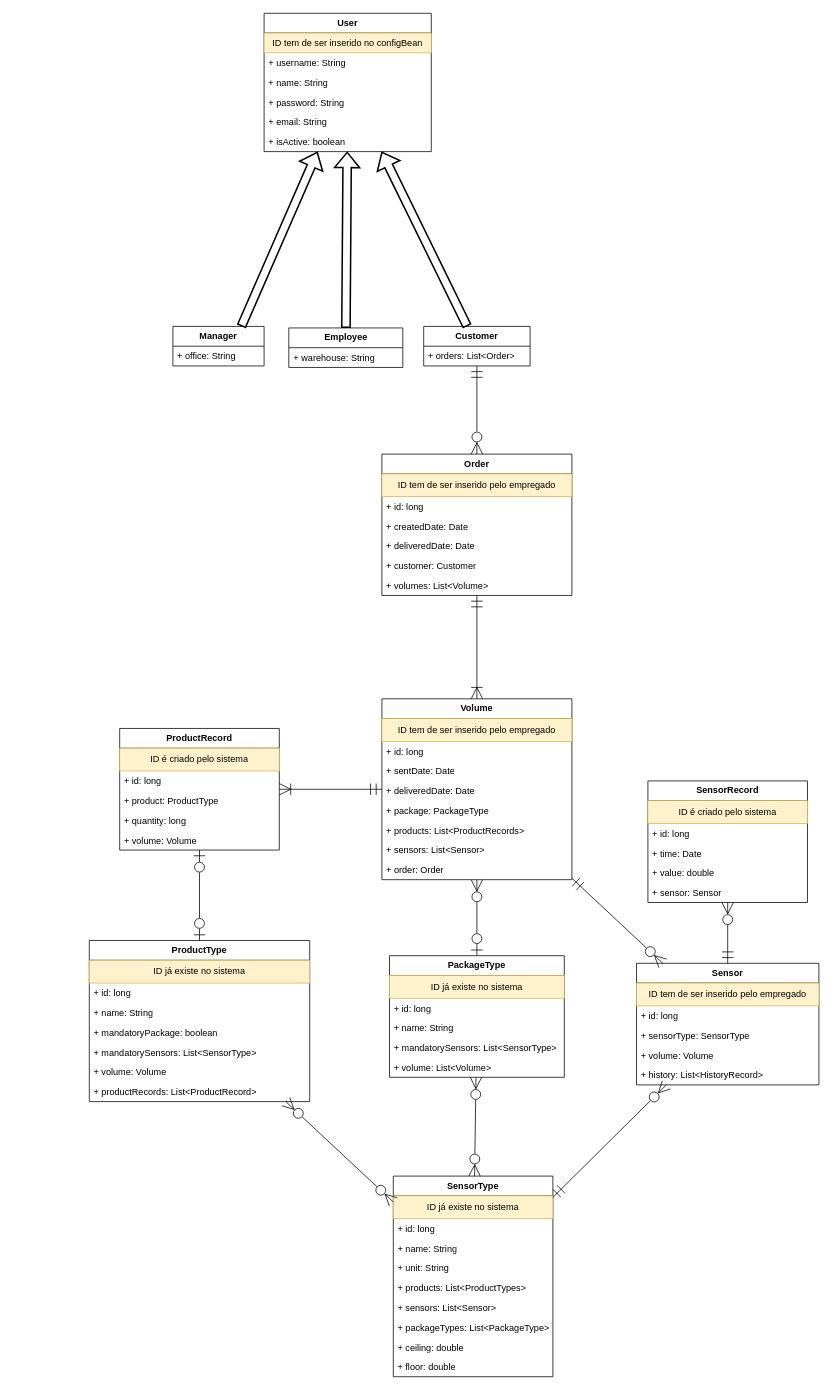
Before: ClassDiagramNew.drawio in joelsb/AppMonitor, a draw.io diagram. Source tidied: cells renumbered, new cells numbered last; positions are measured from the earlier drawing's top-left corner, leaving out a move shared by most shapes. Both pictures are drawn from the tidied source at 76%, with x=0, y=0 at pixel (89, 13).
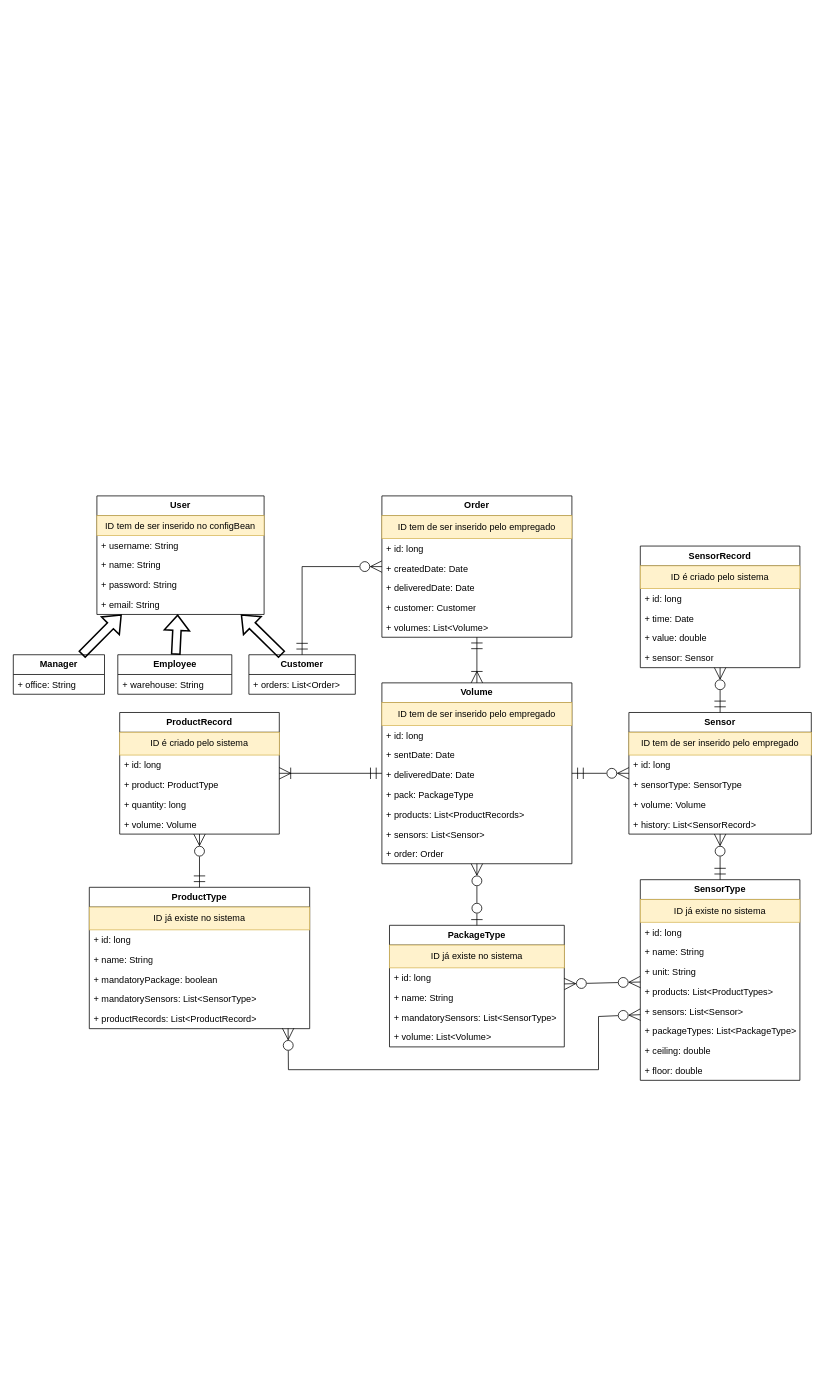
Above is the later version.

The change refers to these unchanged cells:
```xml
<mxCell id="43" value="+ sensors: List&amp;lt;Sensor&amp;gt;" style="text;strokeColor=none;fillColor=none;align=left;verticalAlign=top;spacingLeft=4;spacingRight=4;overflow=hidden;points=[[0,0.5],[1,0.5]];portConstraint=eastwest;whiteSpace=wrap;html=1;" parent="37" vertex="1">
  <mxGeometry y="160" width="210" height="26" as="geometry" />
</mxCell>
```

Change to the diagram source:
```diff
@@
     <mxCell id="2" value="&lt;b&gt;Order&lt;/b&gt;" style="swimlane;fontStyle=0;horizontal=1;startSize=26;fillColor=none;whiteSpace=wrap;html=1;" parent="1" vertex="1">
-      <mxGeometry x="385" y="580" width="250" height="186" as="geometry" />
+      <mxGeometry x="385" y="635" width="250" height="186" as="geometry" />
     </mxCell>
@@
     <mxCell id="9" value="&lt;b&gt;Customer&lt;/b&gt;" style="swimlane;fontStyle=0;horizontal=1;startSize=26;fillColor=none;whiteSpace=wrap;html=1;" parent="1" vertex="1">
-      <mxGeometry x="440" y="412" width="140" height="52" as="geometry" />
+      <mxGeometry x="210" y="844" width="140" height="52" as="geometry" />
     </mxCell>
@@
     <mxCell id="11" style="endArrow=ERzeroToMany;html=1;rounded=0;fontSize=12;startSize=13;endSize=13;endFill=0;startArrow=ERmandOne;startFill=0;targetPerimeterSpacing=0;strokeWidth=1;jumpSize=7;jumpStyle=none;" parent="1" edge="1" source="9" target="2">
-      <mxGeometry relative="1" as="geometry" />
+      <mxGeometry relative="1" as="geometry">
+        <Array as="points">
+          <mxPoint x="280" y="728" />
+        </Array>
+      </mxGeometry>
     </mxCell>
     <mxCell id="12" value="&lt;b&gt;Volume&lt;/b&gt;" style="swimlane;fontStyle=0;horizontal=1;startSize=26;fillColor=none;whiteSpace=wrap;html=1;" parent="1" vertex="1">
-      <mxGeometry x="385" y="902" width="250" height="238" as="geometry" />
+      <mxGeometry x="385" y="881" width="250" height="238" as="geometry" />
     </mxCell>
@@
-    <mxCell id="17" value="+ package: PackageType" style="text;strokeColor=none;fillColor=none;align=left;verticalAlign=top;spacingLeft=4;spacingRight=4;overflow=hidden;whiteSpace=wrap;html=1;" parent="12" vertex="1">
+    <mxCell id="17" value="+ pack: PackageType" style="text;strokeColor=none;fillColor=none;align=left;verticalAlign=top;spacingLeft=4;spacingRight=4;overflow=hidden;whiteSpace=wrap;html=1;" parent="12" vertex="1">
       <mxGeometry y="134" width="250" height="26" as="geometry" />
     </mxCell>
@@
     <mxCell id="22" value="&lt;b&gt;ProductType&lt;/b&gt;" style="swimlane;fontStyle=0;horizontal=1;startSize=26;fillColor=none;whiteSpace=wrap;html=1;" parent="1" vertex="1">
-      <mxGeometry y="1220" width="290" height="212" as="geometry" />
+      <mxGeometry y="1150" width="290" height="186" as="geometry" />
     </mxCell>
@@
-    <mxCell id="28" value="+ volume: Volume" style="text;strokeColor=none;fillColor=none;align=left;verticalAlign=top;spacingLeft=4;spacingRight=4;overflow=hidden;whiteSpace=wrap;html=1;" parent="22" vertex="1">
-      <mxGeometry y="160" width="290" height="26" as="geometry" />
-    </mxCell>
     <mxCell id="29" value="+ productRecords: List&amp;lt;ProductRecord&amp;gt;" style="text;strokeColor=none;fillColor=none;align=left;verticalAlign=top;spacingLeft=4;spacingRight=4;overflow=hidden;points=[[0,0.5],[1,0.5]];portConstraint=eastwest;whiteSpace=wrap;html=1;" parent="22" vertex="1">
-      <mxGeometry y="186" width="290" height="26" as="geometry" />
+      <mxGeometry y="160" width="290" height="26" as="geometry" />
     </mxCell>
     <mxCell id="30" value="&lt;b&gt;Sensor&lt;/b&gt;" style="swimlane;fontStyle=0;horizontal=1;startSize=26;fillColor=none;whiteSpace=wrap;html=1;" parent="1" vertex="1">
-      <mxGeometry x="720" y="1250" width="240" height="160" as="geometry" />
+      <mxGeometry x="710" y="920" width="240" height="160" as="geometry" />
     </mxCell>
@@
-    <mxCell id="35" value="+ history: List&amp;lt;HistoryRecord&amp;gt;" style="text;strokeColor=none;fillColor=none;align=left;verticalAlign=top;spacingLeft=4;spacingRight=4;overflow=hidden;whiteSpace=wrap;html=1;" parent="30" vertex="1">
+    <mxCell id="35" value="+ history: List&amp;lt;&lt;span style=&quot;text-align: center;&quot;&gt;SensorRecord&lt;/span&gt;&amp;gt;" style="text;strokeColor=none;fillColor=none;align=left;verticalAlign=top;spacingLeft=4;spacingRight=4;overflow=hidden;whiteSpace=wrap;html=1;" parent="30" vertex="1">
       <mxGeometry y="134" width="240" height="26" as="geometry" />
     </mxCell>
@@
     <mxCell id="37" value="&lt;b&gt;SensorType&lt;/b&gt;" style="swimlane;fontStyle=0;horizontal=1;startSize=26;fillColor=none;whiteSpace=wrap;html=1;" parent="1" vertex="1">
-      <mxGeometry x="400" y="1530" width="210" height="264" as="geometry" />
+      <mxGeometry x="725" y="1140" width="210" height="264" as="geometry" />
     </mxCell>
@@
     <mxCell id="47" value="&lt;b&gt;PackageType&lt;/b&gt;" style="swimlane;fontStyle=0;horizontal=1;startSize=26;fillColor=none;whiteSpace=wrap;html=1;" parent="1" vertex="1">
-      <mxGeometry x="395" y="1240" width="230" height="160" as="geometry" />
+      <mxGeometry x="395" y="1200" width="230" height="160" as="geometry" />
     </mxCell>
@@
     <mxCell id="53" value="&lt;b&gt;Employee&lt;/b&gt;" style="swimlane;fontStyle=0;horizontal=1;startSize=26;fillColor=none;whiteSpace=wrap;html=1;" parent="1" vertex="1">
-      <mxGeometry x="262.5" y="414" width="150" height="52" as="geometry" />
+      <mxGeometry x="37.5" y="844" width="150" height="52" as="geometry" />
     </mxCell>
@@
     <mxCell id="55" value="&lt;b&gt;User&lt;/b&gt;" style="swimlane;fontStyle=0;horizontal=1;startSize=26;fillColor=none;whiteSpace=wrap;html=1;" parent="1" vertex="1">
-      <mxGeometry x="230" width="220" height="182" as="geometry" />
+      <mxGeometry x="10" y="635" width="220" height="156" as="geometry" />
     </mxCell>
@@
-    <mxCell id="61" value="+ isActive: boolean" style="text;strokeColor=none;fillColor=none;align=left;verticalAlign=top;spacingLeft=4;spacingRight=4;overflow=hidden;whiteSpace=wrap;html=1;" parent="55" vertex="1">
-      <mxGeometry y="156" width="220" height="26" as="geometry" />
-    </mxCell>
     <mxCell id="62" value="&lt;b&gt;Manager&lt;/b&gt;" style="swimlane;fontStyle=0;horizontal=1;startSize=26;fillColor=none;whiteSpace=wrap;html=1;" parent="1" vertex="1">
-      <mxGeometry x="110" y="412" width="120" height="52" as="geometry" />
+      <mxGeometry x="-100" y="844" width="120" height="52" as="geometry" />
     </mxCell>
@@
-    <mxCell id="68" style="endArrow=ERzeroToOne;html=1;rounded=0;fontSize=12;startSize=13;endSize=13;startArrow=ERzeroToOne;startFill=0;endFill=0;" parent="1" edge="1" source="81" target="22">
+    <mxCell id="68" style="endArrow=ERmandOne;html=1;rounded=0;fontSize=12;startSize=13;endSize=13;startArrow=ERzeroToMany;startFill=0;endFill=0;" parent="1" edge="1" source="81" target="22">
       <mxGeometry relative="1" as="geometry" />
     </mxCell>
@@
-    <mxCell id="70" style="endArrow=ERzeroToMany;html=1;rounded=0;fontSize=12;startSize=13;endSize=13;endFill=0;startArrow=ERzeroToMany;startFill=0;" parent="1" edge="1" source="22" target="37">
-      <mxGeometry relative="1" as="geometry" />
+    <mxCell id="70" style="endArrow=ERzeroToMany;html=1;rounded=0;fontSize=12;startSize=13;endSize=13;endFill=0;startArrow=ERzeroToMany;startFill=0;exitX=0.902;exitY=0.982;exitDx=0;exitDy=0;exitPerimeter=0;" parent="1" edge="1" source="29" target="43">
+      <mxGeometry relative="1" as="geometry">
+        <Array as="points">
+          <mxPoint x="262" y="1390" />
+          <mxPoint x="670" y="1390" />
+          <mxPoint x="670" y="1320" />
+        </Array>
+      </mxGeometry>
     </mxCell>
@@
     <mxCell id="74" value="&lt;b&gt;SensorRecord&lt;/b&gt;" style="swimlane;fontStyle=0;horizontal=1;startSize=26;fillColor=none;whiteSpace=wrap;html=1;" parent="1" vertex="1">
-      <mxGeometry x="735" y="1010" width="210" height="160" as="geometry" />
+      <mxGeometry x="725" y="701" width="210" height="160" as="geometry" />
     </mxCell>
@@
     <mxCell id="81" value="&lt;b&gt;ProductRecord&lt;/b&gt;" style="swimlane;fontStyle=0;horizontal=1;startSize=26;fillColor=none;whiteSpace=wrap;html=1;" parent="1" vertex="1">
-      <mxGeometry x="40" y="941" width="210" height="160" as="geometry" />
+      <mxGeometry x="40" y="920" width="210" height="160" as="geometry" />
     </mxCell>
```
